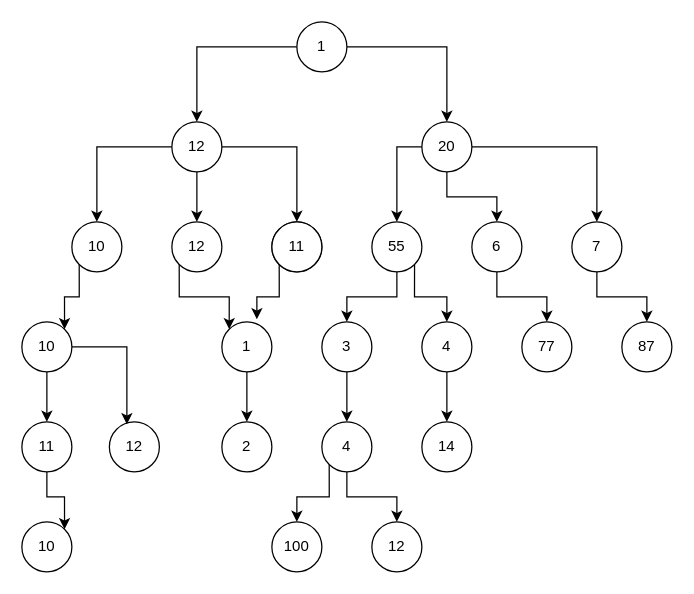
Luchit0-afk/Diagramas keeps this draw.io diagram as Arbol.drawio. Above is the earlier version. Source tidied: cells renumbered, new cells numbered last; positions are measured from the earlier drawing's top-left corner, leaving out a move shared by most shapes. Both pictures are drawn from the tidied source at 125%, with x=0, y=0 at pixel (21, 21).
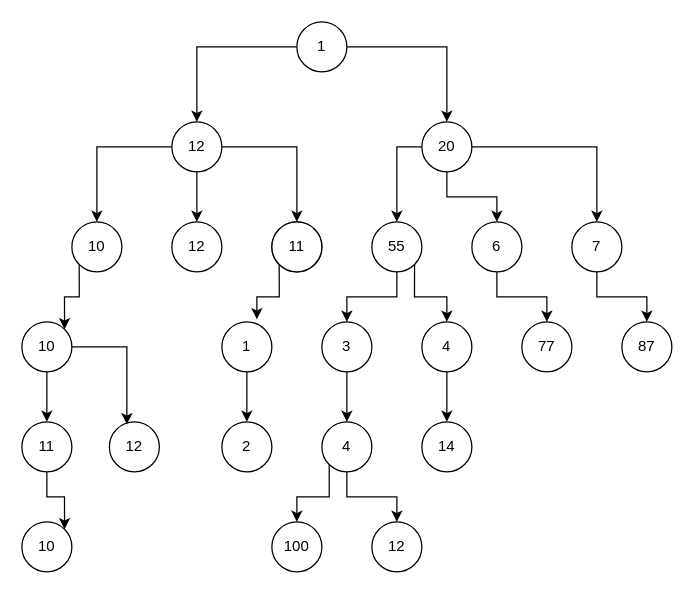
The same page after the edit.

Unchanged cells that the change refers to:
```xml
<mxCell id="16" value="12" style="ellipse;whiteSpace=wrap;html=1;" parent="1" vertex="1">
  <mxGeometry x="120" y="160" width="40" height="40" as="geometry" />
</mxCell>
<mxCell id="28" value="1" style="ellipse;whiteSpace=wrap;html=1;" parent="1" vertex="1">
  <mxGeometry x="160" y="240" width="40" height="40" as="geometry" />
</mxCell>
```

Diff of the diagram source:
```diff
@@
-    <mxCell id="15" style="edgeStyle=orthogonalEdgeStyle;rounded=0;jettySize=auto;html=1;exitX=0;exitY=1;exitDx=0;exitDy=0;entryX=0;entryY=0;entryDx=0;entryDy=0;" parent="1" edge="1" source="16" target="28">
-      <mxGeometry relative="1" as="geometry" />
-    </mxCell>
```
